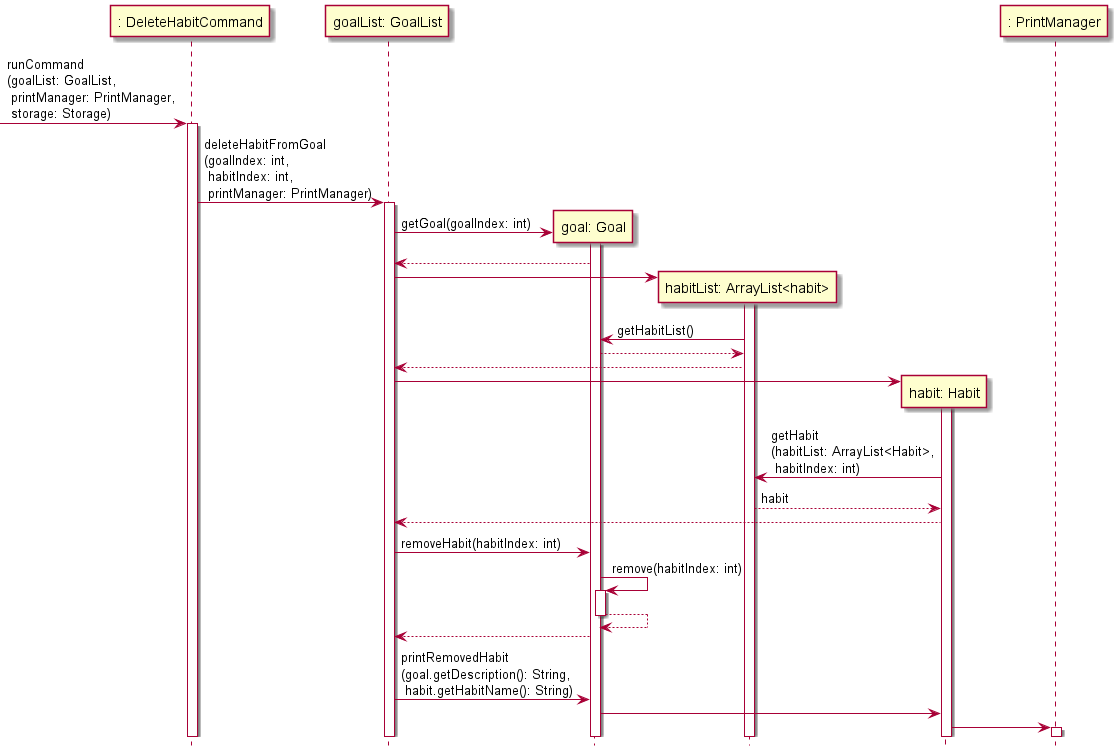
This is docs/Diagram_Images/Implementation_Diagram_Images/DeleteHabitCommandSequenceDiagram.png from nus-cs2113-AY2122S1/tp, a PlantUML export, as it was before one commit.
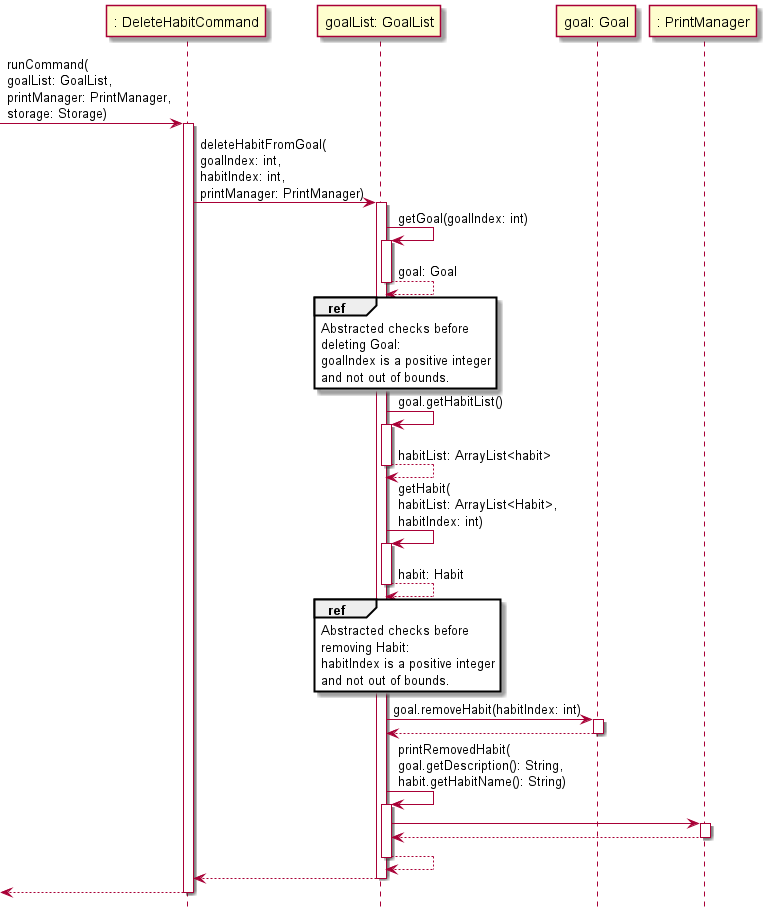
The same diagram one commit later.

Change to the diagram source:
```diff
@@ -2,43 +2,46 @@
 
 !include Style.puml
 
--> ": DeleteHabitCommand": runCommand\n(goalList: GoalList,\n printManager: PrintManager,\n storage: Storage)
+-> ": DeleteHabitCommand": runCommand(\ngoalList: GoalList,\nprintManager: PrintManager,\nstorage: Storage)
 activate ": DeleteHabitCommand"
 
-": DeleteHabitCommand" -> "goalList: GoalList": deleteHabitFromGoal\n(goalIndex: int,\n habitIndex: int,\n printManager: PrintManager)
+": DeleteHabitCommand" -> "goalList: GoalList": deleteHabitFromGoal(\ngoalIndex: int,\nhabitIndex: int,\nprintManager: PrintManager)
 activate "goalList: GoalList"
 
-create "goal: Goal"
-"goalList: GoalList" -> "goal: Goal": getGoal(goalIndex: int)
-activate "goal: Goal"
-"goalList: GoalList" <-- "goal: Goal"
+"goalList: GoalList" -> "goalList: GoalList": getGoal(goalIndex: int)
+activate "goalList: GoalList"
+"goalList: GoalList" --> "goalList: GoalList": goal: Goal
+deactivate "goalList: GoalList"
 
-create "habitList: ArrayList<habit>"
-"goalList: GoalList" -> "habitList: ArrayList<habit>"
-activate "habitList: ArrayList<habit>"
-"goal: Goal" <- "habitList: ArrayList<habit>": getHabitList()
-"goal: Goal" --> "habitList: ArrayList<habit>"
-"goalList: GoalList" <-- "habitList: ArrayList<habit>"
+ref over "goalList: GoalList": Abstracted checks before\ndeleting Goal:\ngoalIndex is a positive integer \nand not out of bounds.
 
-create "habit: Habit"
-"goalList: GoalList" -> "habit: Habit"
-activate "habit: Habit"
-"habitList: ArrayList<habit>" <- "habit: Habit": getHabit\n(habitList: ArrayList<Habit>,\n habitIndex: int)
-"habitList: ArrayList<habit>" --> "habit: Habit": habit
-"goalList: GoalList" <-- "habit: Habit"
+"goalList: GoalList" -> "goalList: GoalList": goal.getHabitList()
+activate "goalList: GoalList"
+"goalList: GoalList" --> "goalList: GoalList": habitList: ArrayList<habit>
+deactivate "goalList: GoalList"
+
+"goalList: GoalList" -> "goalList: GoalList": getHabit(\nhabitList: ArrayList<Habit>,\nhabitIndex: int)
+activate "goalList: GoalList"
+"goalList: GoalList" --> "goalList: GoalList": habit: Habit
+deactivate "goalList: GoalList"
+
+ref over "goalList: GoalList": Abstracted checks before\nremoving Habit:\nhabitIndex is a positive integer \nand not out of bounds.
 
 
-"goalList: GoalList" -> "goal: Goal": removeHabit(habitIndex: int)
-"goal: Goal" -> "goal: Goal": remove(habitIndex: int)
+"goalList: GoalList" -> "goal: Goal": goal.removeHabit(habitIndex: int)
 activate "goal: Goal"
-"goal: Goal" --> "goal: Goal"
-deactivate "goal: Goal"
-"goalList: GoalList" <-- "goal: Goal"
+return
 
+"goalList: GoalList" -> "goalList: GoalList": printRemovedHabit(\ngoal.getDescription(): String,\nhabit.getHabitName(): String)
+activate "goalList: GoalList"
+"goalList: GoalList" -> ": PrintManager"
+activate ": PrintManager"
+return
+"goalList: GoalList" --> "goalList: GoalList"
+deactivate "goalList: GoalList"
 
-"goalList: GoalList" -> "goal: Goal": printRemovedHabit\n(goal.getDescription(): String,\n habit.getHabitName(): String)
-"goal: Goal" -> "habit: Habit"
-"habit: Habit" -> ": PrintManager"
-activate ": PrintManager"
+return
+
+return
 
 @enduml
```
